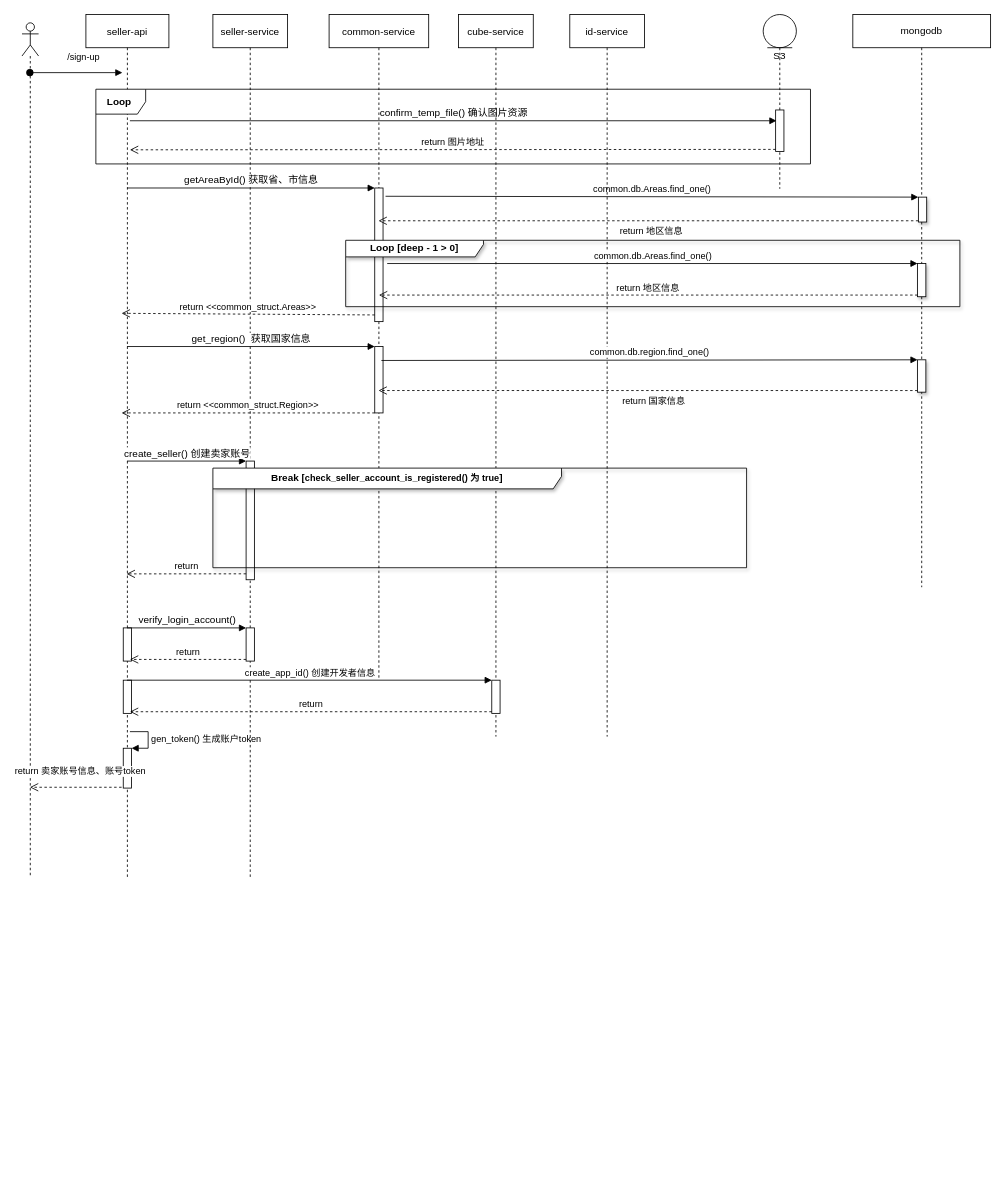
Earlier version of the draw.io diagram 时序图.drawio (wjctim/design-draw). Source tidied: cells renumbered, new cells numbered last; positions are measured from the earlier drawing's top-left corner, leaving out a move shared by most shapes. Both pictures are drawn from the tidied source at 83%, with x=0, y=0 at pixel (22, 14).
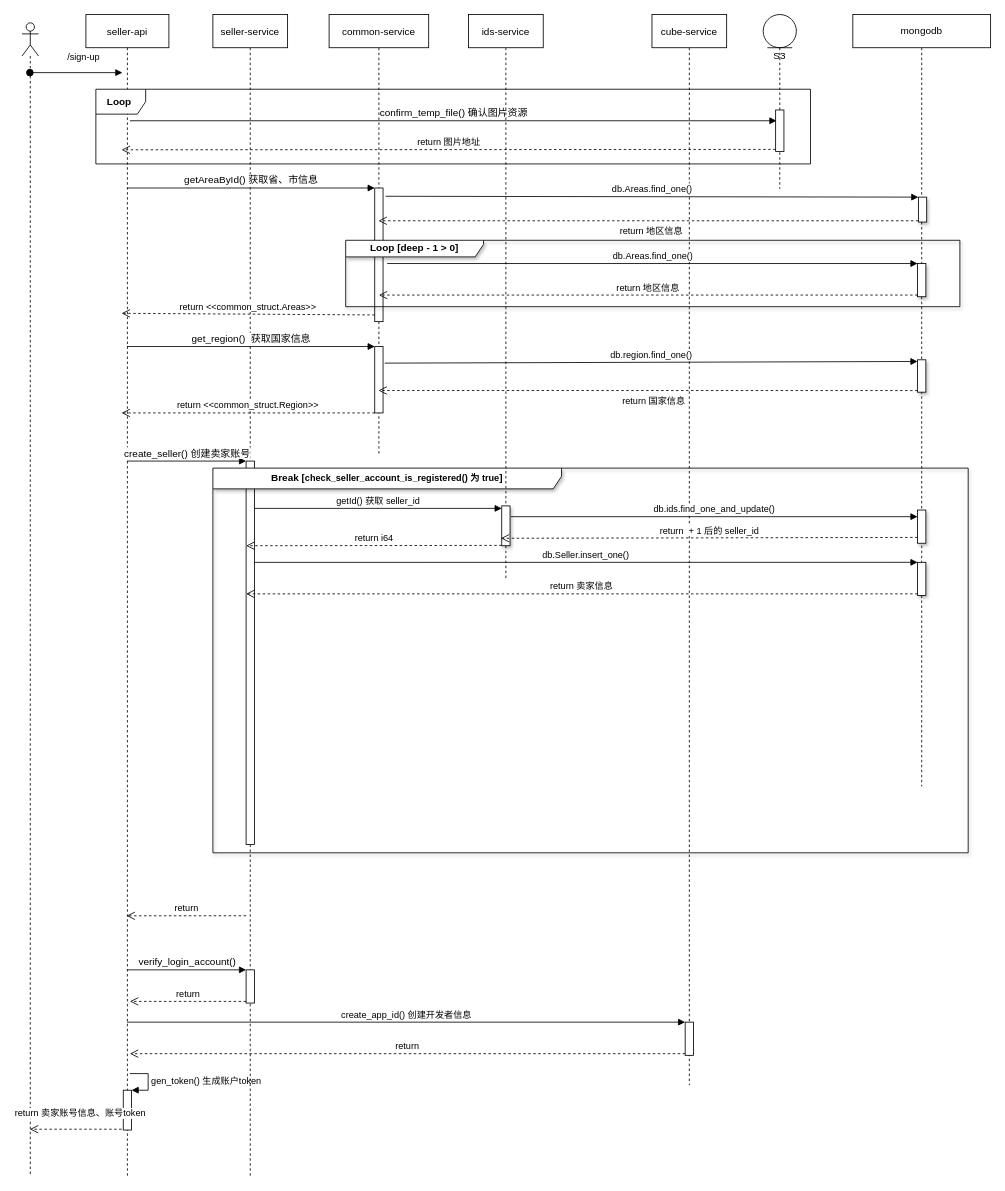
After the change.

Commit message:
更新时序图.drawio

The change refers to these unchanged cells:
```xml
<mxCell id="10" style="html=1;points=[];perimeter=orthogonalPerimeter;" parent="9" vertex="1">
  <mxGeometry x="15" y="115" width="10" height="50" as="geometry" />
</mxCell>
<mxCell id="13" style="html=1;points=[];perimeter=orthogonalPerimeter;" parent="12" vertex="1">
  <mxGeometry x="55" y="209" width="10" height="161" as="geometry" />
</mxCell>
<mxCell id="14" style="html=1;points=[];perimeter=orthogonalPerimeter;" parent="12" vertex="1">
  <mxGeometry x="55" y="400" width="10" height="80" as="geometry" />
</mxCell>
<mxCell id="34" style="html=1;points=[];perimeter=orthogonalPerimeter;rounded=0;shadow=1;glass=0;sketch=0;" parent="33" vertex="1">
  <mxGeometry x="79" y="220" width="10" height="30" as="geometry" />
</mxCell>
<mxCell id="35" style="html=1;points=[];perimeter=orthogonalPerimeter;rounded=0;shadow=1;glass=0;sketch=0;" parent="33" vertex="1">
  <mxGeometry x="78" y="300" width="10" height="40" as="geometry" />
</mxCell>
<mxCell id="36" style="html=1;points=[];perimeter=orthogonalPerimeter;rounded=0;shadow=1;glass=0;sketch=0;" parent="33" vertex="1">
  <mxGeometry x="78" y="416" width="10" height="39" as="geometry" />
</mxCell>
```

The edit, as a diff of the source:
```diff
@@
     <mxCell id="2" value="seller-api" style="shape=umlLifeline;perimeter=lifelinePerimeter;rounded=0;shadow=0;strokeWidth=1;" parent="1" vertex="1">
-      <mxGeometry x="77" width="100" height="1040" as="geometry" />
+      <mxGeometry x="77" width="100" height="1400" as="geometry" />
     </mxCell>
@@
     <mxCell id="4" style="html=1;points=[];perimeter=orthogonalPerimeter;" parent="2" vertex="1">
-      <mxGeometry x="45" y="884" width="10" height="48" as="geometry" />
+      <mxGeometry x="45" y="1296" width="10" height="48" as="geometry" />
     </mxCell>
     <mxCell id="5" value="gen_token() 生成账户token" style="edgeStyle=orthogonalEdgeStyle;html=1;align=left;spacingLeft=2;endArrow=block;rounded=0;entryX=1;entryY=0;" parent="2" edge="1" target="4">
       <mxGeometry relative="1" as="geometry">
-        <mxPoint x="53" y="864" as="sourcePoint" />
+        <mxPoint x="53" y="1276" as="sourcePoint" />
         <Array as="points">
-          <mxPoint x="75" y="864" />
+          <mxPoint x="75" y="1276" />
         </Array>
       </mxGeometry>
     </mxCell>
@@
     <mxCell id="7" value="seller-service" style="shape=umlLifeline;perimeter=lifelinePerimeter;rounded=0;shadow=0;strokeWidth=1;" parent="1" vertex="1">
-      <mxGeometry x="230" width="90" height="1040" as="geometry" />
+      <mxGeometry x="230" width="90" height="1400" as="geometry" />
     </mxCell>
     <mxCell id="8" style="shape=umlLifeline;participant=umlActor;perimeter=lifelinePerimeter;whiteSpace=wrap;html=1;verticalAlign=top;spacingTop=36;outlineConnect=0;" parent="1" vertex="1">
-      <mxGeometry y="10" width="20" height="1030" as="geometry" />
+      <mxGeometry y="10" width="20" height="1390" as="geometry" />
     </mxCell>
@@
     <mxCell id="12" value="common-service" style="shape=umlLifeline;perimeter=lifelinePerimeter;rounded=0;shadow=0;strokeWidth=1;" parent="1" vertex="1">
-      <mxGeometry x="370" width="120" height="800" as="geometry" />
+      <mxGeometry x="370" width="120" height="530" as="geometry" />
     </mxCell>
@@
     <mxCell id="19" style="html=1;points=[];perimeter=orthogonalPerimeter;" parent="1" vertex="1">
-      <mxGeometry x="270" y="538" width="10" height="143" as="geometry" />
+      <mxGeometry x="270" y="538" width="10" height="462" as="geometry" />
     </mxCell>
@@
-    <mxCell id="21" value="return" style="html=1;verticalAlign=bottom;endArrow=open;dashed=1;endSize=8;exitX=0;exitY=0.95;rounded=0;entryX=0.49;entryY=0.648;entryDx=0;entryDy=0;entryPerimeter=0;" parent="1" edge="1" source="19" target="2">
-      <mxGeometry relative="1" as="geometry" />
+    <mxCell id="21" value="return" style="html=1;verticalAlign=bottom;endArrow=open;dashed=1;endSize=8;exitX=0;exitY=0.95;rounded=0;entryX=0.49;entryY=0.648;entryDx=0;entryDy=0;entryPerimeter=0;" parent="1" edge="1">
+      <mxGeometry relative="1" as="geometry">
+        <mxPoint x="270" y="1085.8" as="sourcePoint" />
+        <mxPoint x="126" y="1085.9" as="targetPoint" />
+      </mxGeometry>
     </mxCell>
-    <mxCell id="22" style="html=1;perimeter=orthogonalPerimeter;" parent="1" vertex="1">
-      <mxGeometry x="122" y="739" width="10" height="40" as="geometry" />
-    </mxCell>
     <mxCell id="23" style="html=1;points=[];perimeter=orthogonalPerimeter;" parent="1" vertex="1">
-      <mxGeometry x="270" y="739" width="10" height="40" as="geometry" />
+      <mxGeometry x="270" y="1151" width="10" height="40" as="geometry" />
     </mxCell>
     <mxCell id="24" value="&lt;span style=&quot;font-size: 12px;&quot;&gt;verify_login_account()&lt;/span&gt;" style="html=1;verticalAlign=bottom;endArrow=block;entryX=0;entryY=0;rounded=0;" parent="1" edge="1" target="23">
       <mxGeometry relative="1" as="geometry">
-        <mxPoint x="126.5" y="739" as="sourcePoint" />
+        <mxPoint x="126.5" y="1151" as="sourcePoint" />
       </mxGeometry>
     </mxCell>
     <mxCell id="25" value="return" style="html=1;verticalAlign=bottom;endArrow=open;dashed=1;endSize=8;exitX=0;exitY=0.95;rounded=0;" parent="1" edge="1" source="23">
       <mxGeometry relative="1" as="geometry">
-        <mxPoint x="130" y="777" as="targetPoint" />
+        <mxPoint x="130" y="1189" as="targetPoint" />
       </mxGeometry>
     </mxCell>
     <mxCell id="26" value="cube-service" style="shape=umlLifeline;perimeter=lifelinePerimeter;rounded=0;shadow=0;strokeWidth=1;" parent="1" vertex="1">
-      <mxGeometry x="526" width="90" height="870" as="geometry" />
+      <mxGeometry x="759" width="90" height="1290" as="geometry" />
     </mxCell>
     <mxCell id="27" style="html=1;points=[];perimeter=orthogonalPerimeter;" parent="26" vertex="1">
-      <mxGeometry x="40" y="802" width="10" height="40" as="geometry" />
+      <mxGeometry x="40" y="1214" width="10" height="40" as="geometry" />
     </mxCell>
-    <mxCell id="28" style="html=1;perimeter=orthogonalPerimeter;" parent="1" vertex="1">
-      <mxGeometry x="122" y="802" width="10" height="40" as="geometry" />
-    </mxCell>
     <mxCell id="29" value="create_app_id() 创建开发者信息" style="html=1;verticalAlign=bottom;endArrow=block;entryX=0;entryY=0;rounded=0;" parent="1" edge="1" target="27">
       <mxGeometry relative="1" as="geometry">
-        <mxPoint x="126.5" y="802" as="sourcePoint" />
+        <mxPoint x="126.5" y="1214" as="sourcePoint" />
       </mxGeometry>
     </mxCell>
     <mxCell id="30" value="return" style="html=1;verticalAlign=bottom;endArrow=open;dashed=1;endSize=8;exitX=0;exitY=0.95;rounded=0;" parent="1" edge="1" source="27">
       <mxGeometry relative="1" as="geometry">
-        <mxPoint x="130" y="840" as="targetPoint" />
+        <mxPoint x="130" y="1252" as="targetPoint" />
       </mxGeometry>
     </mxCell>
     <mxCell id="31" value="return 卖家账号信息、账号token" style="html=1;verticalAlign=bottom;endArrow=open;dashed=1;endSize=8;rounded=0;" parent="1" edge="1">
       <mxGeometry x="-0.1" y="-10" relative="1" as="geometry">
-        <mxPoint x="120" y="931" as="sourcePoint" />
-        <mxPoint x="9.5" y="931" as="targetPoint" />
+        <mxPoint x="120" y="1343" as="sourcePoint" />
+        <mxPoint x="9.5" y="1343" as="targetPoint" />
       </mxGeometry>
     </mxCell>
     <mxCell id="32" value="return 图片地址" style="html=1;verticalAlign=bottom;endArrow=open;dashed=1;endSize=8;exitX=0;exitY=0.95;rounded=0;" parent="1" edge="1" source="10">
       <mxGeometry relative="1" as="geometry">
-        <mxPoint x="130" y="163" as="targetPoint" />
+        <mxPoint x="120" y="163" as="targetPoint" />
       </mxGeometry>
     </mxCell>
     <mxCell id="33" value="mongodb" style="shape=umlLifeline;perimeter=lifelinePerimeter;whiteSpace=wrap;html=1;rounded=0;glass=0;sketch=0;" parent="1" vertex="1">
-      <mxGeometry x="1001" width="166" height="690" as="geometry" />
+      <mxGeometry x="1001" width="166" height="930" as="geometry" />
     </mxCell>
@@
+    <mxCell id="46" style="html=1;points=[];perimeter=orthogonalPerimeter;rounded=0;shadow=1;glass=0;sketch=0;" parent="33" vertex="1">
+      <mxGeometry x="78" y="597" width="10" height="40" as="geometry" />
+    </mxCell>
@@
-    <mxCell id="38" value="common.db.Areas.find_one()" style="html=1;verticalAlign=bottom;endArrow=block;entryX=0;entryY=0;rounded=0;exitX=1.3;exitY=0.062;exitDx=0;exitDy=0;exitPerimeter=0;" parent="1" edge="1" source="13" target="34">
+    <mxCell id="38" value="db.Areas.find_one()" style="html=1;verticalAlign=bottom;endArrow=block;entryX=0;entryY=0;rounded=0;exitX=1.3;exitY=0.062;exitDx=0;exitDy=0;exitPerimeter=0;" parent="1" edge="1" source="13" target="34">
       <mxGeometry relative="1" as="geometry" />
     </mxCell>
@@
     <mxCell id="40" value="&lt;b&gt;Break [&lt;span style=&quot;font-size: 11px; text-align: left; background-color: rgb(255, 255, 255);&quot;&gt;check_seller_account_is_registered() 为 true&lt;/span&gt;]&lt;/b&gt;" style="shape=umlFrame;whiteSpace=wrap;html=1;rounded=0;shadow=1;glass=0;sketch=0;width=420;height=25;" parent="1" vertex="1">
-      <mxGeometry x="230" y="546.5" width="643" height="120" as="geometry" />
+      <mxGeometry x="230" y="546.5" width="910" height="463.5" as="geometry" />
     </mxCell>
-    <mxCell id="41" value="id-service" style="shape=umlLifeline;perimeter=lifelinePerimeter;rounded=0;shadow=0;strokeWidth=1;" parent="1" vertex="1">
-      <mxGeometry x="660" width="90" height="870" as="geometry" />
+    <mxCell id="41" value="ids-service" style="shape=umlLifeline;perimeter=lifelinePerimeter;rounded=0;shadow=0;strokeWidth=1;" parent="1" vertex="1">
+      <mxGeometry x="538" width="90" height="680" as="geometry" />
     </mxCell>
+    <mxCell id="47" style="html=1;points=[];perimeter=orthogonalPerimeter;rounded=0;shadow=1;glass=0;sketch=0;" parent="41" vertex="1">
+      <mxGeometry x="40" y="592" width="10" height="48" as="geometry" />
+    </mxCell>
-    <mxCell id="42" value="common.db.Areas.find_one()" style="html=1;verticalAlign=bottom;endArrow=block;entryX=0;entryY=0;rounded=0;" parent="1" edge="1" target="35">
+    <mxCell id="42" value="db.Areas.find_one()" style="html=1;verticalAlign=bottom;endArrow=block;entryX=0;entryY=0;rounded=0;" parent="1" edge="1" target="35">
       <mxGeometry relative="1" as="geometry">
         <mxPoint x="440" y="300" as="sourcePoint" />
       </mxGeometry>
     </mxCell>
@@
-    <mxCell id="44" value="common.db.region.find_one()" style="html=1;verticalAlign=bottom;endArrow=block;entryX=0;entryY=0;rounded=0;exitX=0.525;exitY=0.521;exitDx=0;exitDy=0;exitPerimeter=0;" parent="1" edge="1" source="12" target="36">
-      <mxGeometry relative="1" as="geometry" />
+    <mxCell id="44" value="db.region.find_one()" style="html=1;verticalAlign=bottom;endArrow=block;entryX=0;entryY=0;rounded=0;exitX=1.2;exitY=0.25;exitDx=0;exitDy=0;exitPerimeter=0;" parent="1" edge="1" source="14">
+      <mxGeometry relative="1" as="geometry">
+        <mxPoint x="1079" y="418" as="targetPoint" />
+      </mxGeometry>
     </mxCell>
@@
+    <mxCell id="48" value="getId() 获取 seller_id" style="html=1;verticalAlign=bottom;endArrow=block;entryX=0;entryY=0;rounded=0;exitX=0.075;exitY=0.372;exitDx=0;exitDy=0;exitPerimeter=0;" parent="1" edge="1">
+      <mxGeometry relative="1" as="geometry">
+        <mxPoint x="280.2" y="595" as="sourcePoint" />
+        <mxPoint x="578" y="595" as="targetPoint" />
+      </mxGeometry>
+    </mxCell>
+    <mxCell id="49" value="return i64" style="html=1;verticalAlign=bottom;endArrow=open;dashed=1;endSize=8;exitX=0;exitY=0.95;rounded=0;" parent="1" edge="1">
+      <mxGeometry relative="1" as="geometry">
+        <mxPoint x="578" y="639.6" as="sourcePoint" />
+        <mxPoint x="270" y="640" as="targetPoint" />
+      </mxGeometry>
+    </mxCell>
+    <mxCell id="50" value="db.ids.find_one_and_update()" style="html=1;verticalAlign=bottom;endArrow=block;rounded=0;exitX=1.1;exitY=0.271;exitDx=0;exitDy=0;exitPerimeter=0;" parent="1" edge="1" source="47" target="46">
+      <mxGeometry relative="1" as="geometry" />
+    </mxCell>
+    <mxCell id="51" value="return&amp;nbsp;&amp;nbsp;+ 1 后的 seller_id" style="html=1;verticalAlign=bottom;endArrow=open;dashed=1;endSize=8;exitX=0;exitY=0.95;rounded=0;entryX=-0.1;entryY=0.813;entryDx=0;entryDy=0;entryPerimeter=0;" parent="1" edge="1" target="47">
+      <mxGeometry relative="1" as="geometry">
+        <mxPoint x="1079" y="630" as="sourcePoint" />
+      </mxGeometry>
+    </mxCell>
+    <mxCell id="52" style="html=1;points=[];perimeter=orthogonalPerimeter;rounded=0;shadow=1;glass=0;sketch=0;" parent="1" vertex="1">
+      <mxGeometry x="1079" y="660" width="10" height="40" as="geometry" />
+    </mxCell>
+    <mxCell id="53" value="db.Seller.insert_one()" style="html=1;verticalAlign=bottom;endArrow=block;entryX=0;entryY=0;rounded=0;exitX=0.055;exitY=0.245;exitDx=0;exitDy=0;exitPerimeter=0;" parent="1" edge="1" source="40" target="52">
+      <mxGeometry relative="1" as="geometry" />
+    </mxCell>
+    <mxCell id="54" value="return 卖家信息" style="html=1;verticalAlign=bottom;endArrow=open;dashed=1;endSize=8;exitX=0;exitY=0.95;rounded=0;" parent="1" edge="1" source="52">
+      <mxGeometry relative="1" as="geometry">
+        <mxPoint x="270" y="698" as="targetPoint" />
+      </mxGeometry>
+    </mxCell>
```
